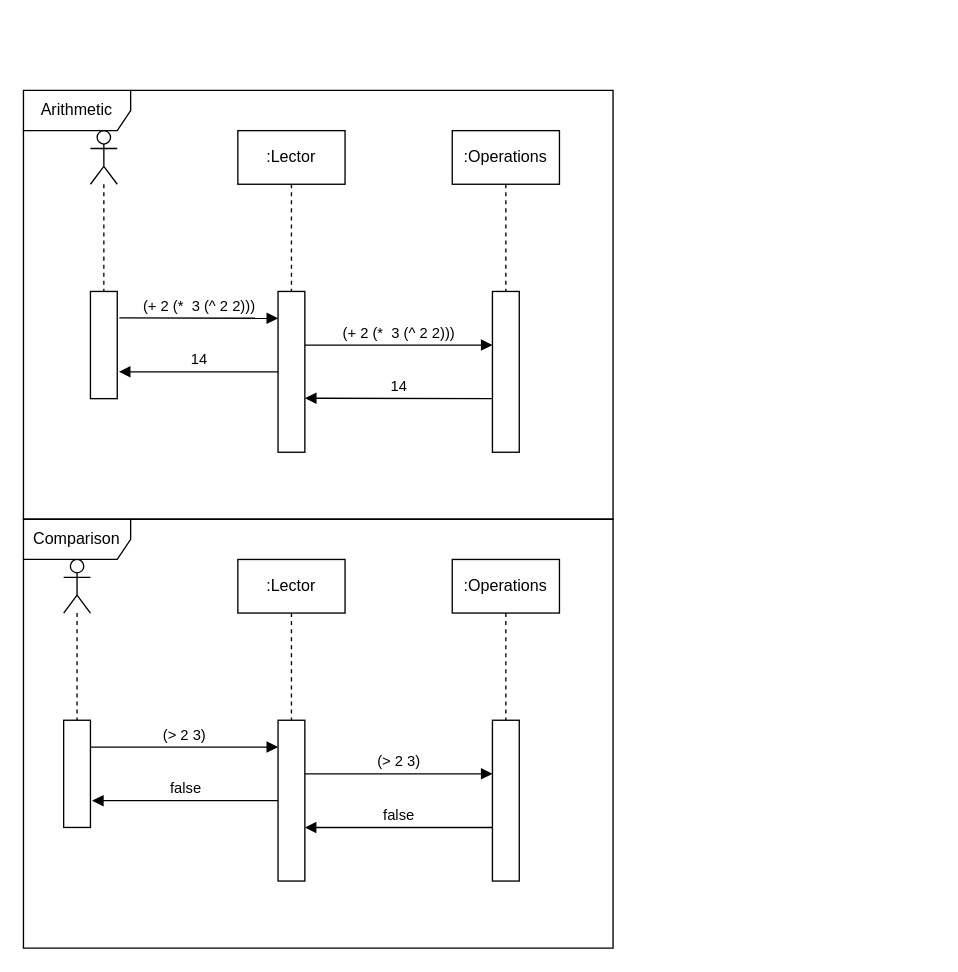
The draw.io diagram Proyecto1/Fases/Fase2/Sequence Diagrams.drawio in DiggsPapu/Proyect1_Lisp_Interpreter, before the edit. Source tidied: cells renumbered, new cells numbered last; positions are measured from the earlier drawing's top-left corner, leaving out a move shared by most shapes. Both pictures are drawn from the tidied source at 134%, with x=0, y=0 at pixel (23, 90).
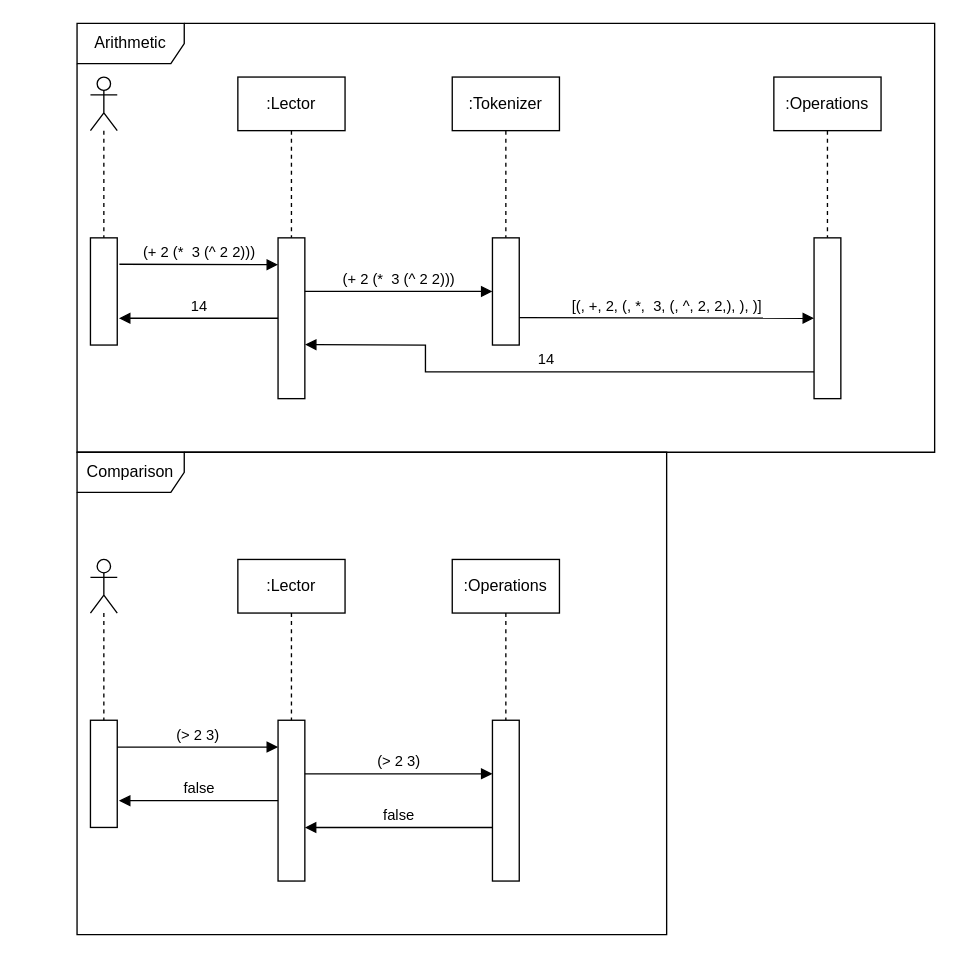
The same page after the edit.

Diff of the diagram source:
```diff
@@
     <mxCell id="2" style="html=1;points=[];perimeter=orthogonalPerimeter;" parent="1" vertex="1">
-      <mxGeometry x="50" y="150" width="20" height="80" as="geometry" />
+      <mxGeometry x="50" y="110" width="20" height="80" as="geometry" />
     </mxCell>
     <mxCell id="3" value=":Lector" style="shape=umlLifeline;perimeter=lifelinePerimeter;whiteSpace=wrap;html=1;" parent="1" vertex="1">
-      <mxGeometry x="160" y="30" width="80" height="120" as="geometry" />
+      <mxGeometry x="160" y="-10" width="80" height="120" as="geometry" />
     </mxCell>
     <mxCell id="4" style="shape=umlLifeline;participant=umlActor;perimeter=lifelinePerimeter;whiteSpace=wrap;html=1;verticalAlign=top;spacingTop=36;" parent="1" vertex="1">
-      <mxGeometry x="50" y="30" width="20" height="120" as="geometry" />
+      <mxGeometry x="50" y="-10" width="20" height="120" as="geometry" />
     </mxCell>
     <mxCell id="5" style="html=1;points=[];perimeter=orthogonalPerimeter;" parent="1" vertex="1">
-      <mxGeometry x="190" y="150" width="20" height="120" as="geometry" />
+      <mxGeometry x="190" y="110" width="20" height="120" as="geometry" />
     </mxCell>
-    <mxCell id="6" value=":Operations" style="shape=umlLifeline;perimeter=lifelinePerimeter;whiteSpace=wrap;html=1;" parent="1" vertex="1">
-      <mxGeometry x="320" y="30" width="80" height="120" as="geometry" />
+    <mxCell id="6" value=":Tokenizer" style="shape=umlLifeline;perimeter=lifelinePerimeter;whiteSpace=wrap;html=1;" parent="1" vertex="1">
+      <mxGeometry x="320" y="-10" width="80" height="120" as="geometry" />
     </mxCell>
     <mxCell id="7" style="html=1;points=[];perimeter=orthogonalPerimeter;" parent="1" vertex="1">
-      <mxGeometry x="350" y="150" width="20" height="120" as="geometry" />
+      <mxGeometry x="350" y="110" width="20" height="80" as="geometry" />
     </mxCell>
     <mxCell id="8" value="(+ 2 (*&amp;nbsp; 3 (^ 2 2)))" style="html=1;verticalAlign=bottom;endArrow=block;rounded=0;" parent="1" edge="1" target="7">
       <mxGeometry relative="1" as="geometry">
-        <mxPoint x="210" y="190" as="sourcePoint" />
+        <mxPoint x="210" y="150" as="sourcePoint" />
       </mxGeometry>
     </mxCell>
@@
     <mxCell id="11" style="html=1;points=[];perimeter=orthogonalPerimeter;" parent="1" vertex="1">
-      <mxGeometry x="30" y="470" width="20" height="80" as="geometry" />
+      <mxGeometry x="50" y="470" width="20" height="80" as="geometry" />
     </mxCell>
@@
     <mxCell id="13" style="shape=umlLifeline;participant=umlActor;perimeter=lifelinePerimeter;whiteSpace=wrap;html=1;verticalAlign=top;spacingTop=36;" parent="1" vertex="1">
-      <mxGeometry x="30" y="350" width="20" height="120" as="geometry" />
+      <mxGeometry x="50" y="350" width="20" height="120" as="geometry" />
     </mxCell>
@@
     <mxCell id="19" value="Comparison" style="shape=umlFrame;whiteSpace=wrap;html=1;width=80;height=30;" parent="1" vertex="1">
-      <mxGeometry y="320" width="440" height="320" as="geometry" />
+      <mxGeometry x="40" y="270" width="440" height="360" as="geometry" />
     </mxCell>
@@
-    <mxCell id="22" value="14" style="html=1;verticalAlign=bottom;endArrow=block;rounded=0;exitX=-0.024;exitY=0.667;exitDx=0;exitDy=0;exitPerimeter=0;entryX=1.006;entryY=0.664;entryDx=0;entryDy=0;entryPerimeter=0;" parent="1" edge="1" source="7" target="5">
-      <mxGeometry relative="1" as="geometry" />
+    <mxCell id="22" value="14" style="html=1;verticalAlign=bottom;endArrow=block;rounded=0;entryX=1.006;entryY=0.664;entryDx=0;entryDy=0;entryPerimeter=0;" parent="1" edge="1" target="5">
+      <mxGeometry relative="1" as="geometry">
+        <mxPoint x="590" y="210" as="sourcePoint" />
+        <Array as="points">
+          <mxPoint x="300" y="210" />
+          <mxPoint x="300" y="190" />
+        </Array>
+      </mxGeometry>
     </mxCell>
     <mxCell id="23" value="Arithmetic" style="shape=umlFrame;whiteSpace=wrap;html=1;width=80;height=30;" parent="1" vertex="1">
-      <mxGeometry width="440" height="320" as="geometry" />
+      <mxGeometry x="40" y="-50" width="640" height="320" as="geometry" />
     </mxCell>
+    <mxCell id="24" value=":Operations" style="shape=umlLifeline;perimeter=lifelinePerimeter;whiteSpace=wrap;html=1;" parent="1" vertex="1">
+      <mxGeometry x="560" y="-10" width="80" height="120" as="geometry" />
+    </mxCell>
+    <mxCell id="25" style="html=1;perimeter=orthogonalPerimeter;" parent="1" vertex="1">
+      <mxGeometry x="590" y="110" width="20" height="120" as="geometry" />
+    </mxCell>
+    <mxCell id="26" value="[(, +, 2, (, *,&amp;nbsp; 3, (, ^, 2, 2,), ), )]" style="html=1;verticalAlign=bottom;endArrow=block;rounded=0;" parent="1" edge="1">
+      <mxGeometry relative="1" as="geometry">
+        <mxPoint x="370" y="169.5" as="sourcePoint" />
+        <mxPoint x="590" y="170" as="targetPoint" />
+      </mxGeometry>
+    </mxCell>
```
